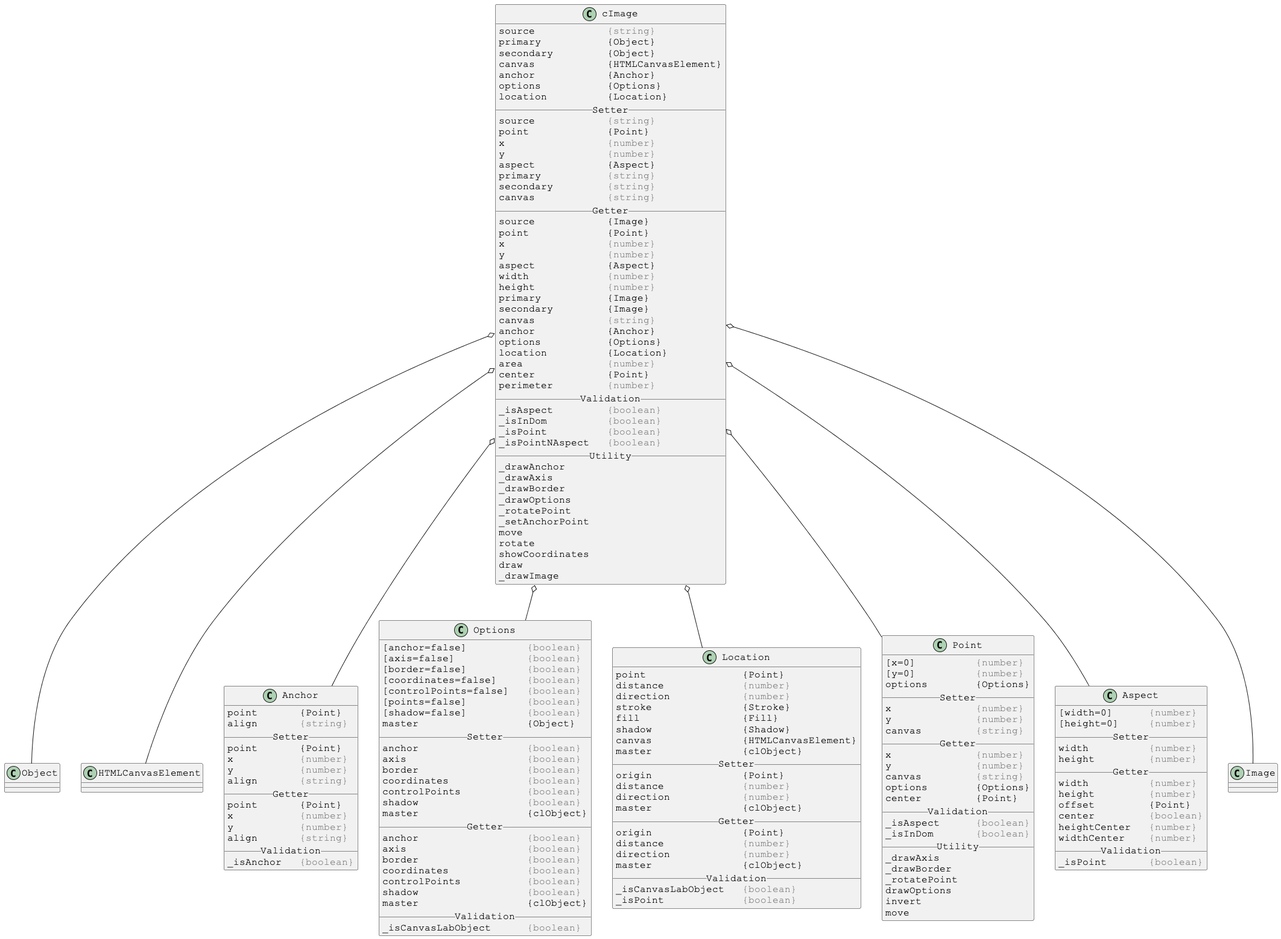
Justin-Byrne/canvasLab keeps this PlantUML diagram as docs/PlantUml/image/linked/cImage-linked.png. Above is the earlier version.
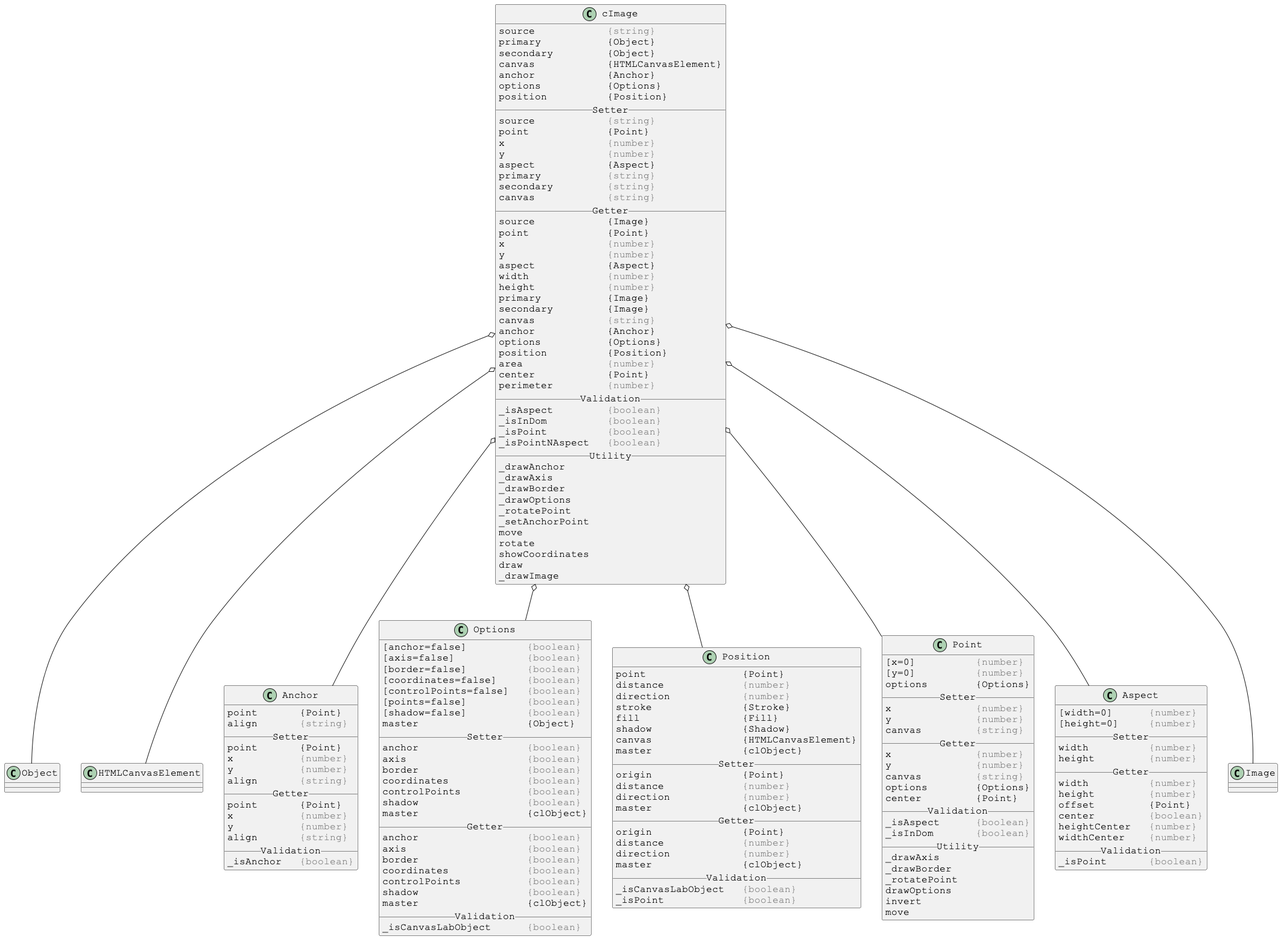
The same file after the commit.

The edit, as a diff of the source:
```diff
@@ -10,7 +10,7 @@
 canvas            {HTMLCanvasElement}
 anchor            {Anchor}
 options           {Options}
-location          {Location}
+position          {Position}
 __ Setter __
 source            <color:gray>{string}</color>
 point             {Point}
@@ -33,7 +33,7 @@
 canvas            <color:gray>{string}</color>
 anchor            {Anchor}
 options           {Options}
-location          {Location}
+position          {Position}
 area              <color:gray>{number}</color>
 center            {Point}
 perimeter         <color:gray>{number}</color>
@@ -60,7 +60,7 @@
 cImage o-- HTMLCanvasElement
 cImage o-- Anchor
 cImage o-- Options
-cImage o-- Location
+cImage o-- Position
 cImage o-- Point
 cImage o-- Aspect
 cImage o-- Image
@@ -126,7 +126,7 @@
 skinparam DefaultFontSize 16
 skinparam DefaultFontName Courier New
 
-class Location {
+class Position {
 point                {Point}
 distance             <color:gray>{number}</color>
 direction            <color:gray>{number}</color>
```
